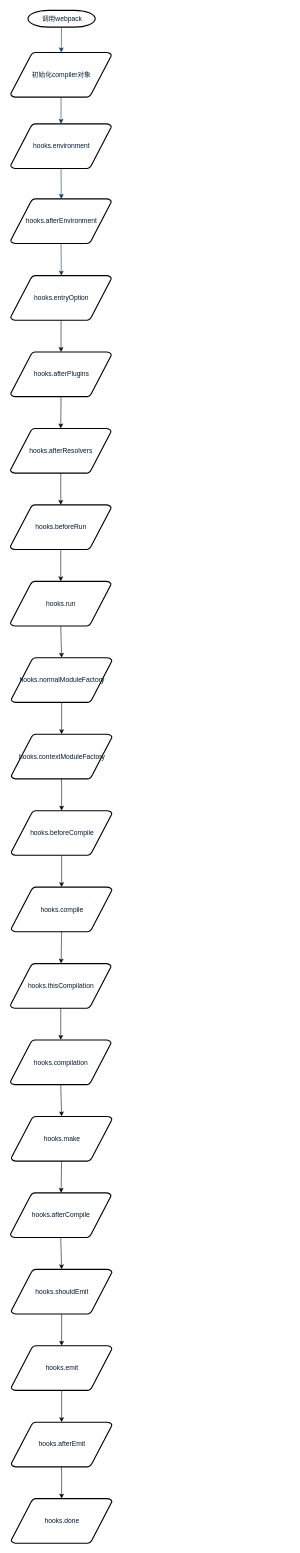
Before: webpack执行流程/webpack执行流程.drawio in nashaofu/webpack-principle, a draw.io diagram. Source tidied: cells renumbered, new cells numbered last; positions are measured from the earlier drawing's top-left corner, leaving out a move shared by most shapes. Both pictures are drawn from the tidied source at 56%, with x=0, y=0 at pixel (10, 10).
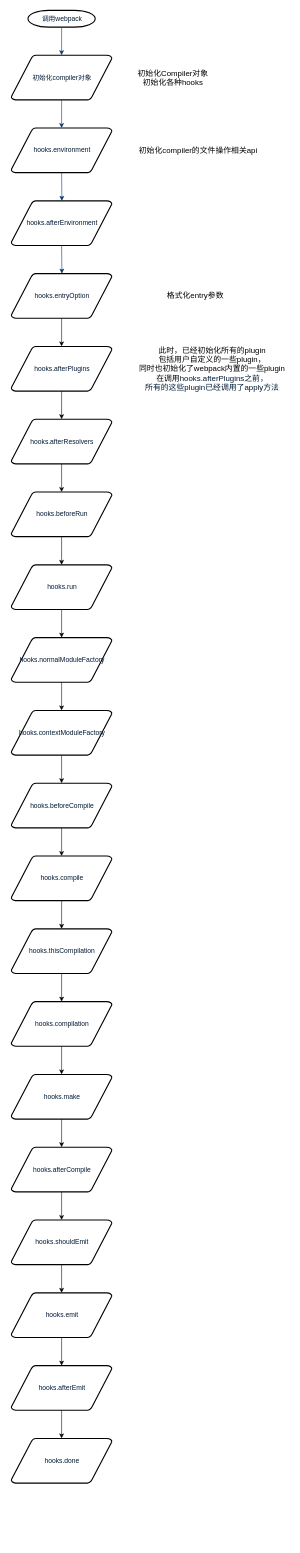
After the change.

The edit, as a diff of the source:
```diff
@@
     <mxCell id="3" value="初始化compiler对象" style="shape=mxgraph.flowchart.data;fillColor=#FFFFFF;strokeColor=#000000;strokeWidth=2;gradientColor=none;gradientDirection=north;fontColor=#001933;fontStyle=0;html=1;" parent="1" vertex="1">
-      <mxGeometry x="0.5" y="75" width="180" height="80" as="geometry" />
+      <mxGeometry x="1.5" y="80" width="180" height="80" as="geometry" />
     </mxCell>
     <mxCell id="4" value="hooks.afterEnvironment" style="shape=mxgraph.flowchart.data;fillColor=#FFFFFF;strokeColor=#000000;strokeWidth=2;gradientColor=none;gradientDirection=north;fontColor=#001933;fontStyle=0;html=1;" parent="1" vertex="1">
-      <mxGeometry x="0.5" y="336.5" width="180" height="80" as="geometry" />
+      <mxGeometry x="1.5" y="340" width="180" height="80" as="geometry" />
     </mxCell>
     <mxCell id="5" value="hooks.environment" style="shape=mxgraph.flowchart.data;fillColor=#FFFFFF;strokeColor=#000000;strokeWidth=2;gradientColor=none;gradientDirection=north;fontColor=#001933;fontStyle=0;html=1;" parent="1" vertex="1">
-      <mxGeometry x="0.5" y="202.5" width="180" height="80" as="geometry" />
+      <mxGeometry x="1.5" y="210" width="180" height="80" as="geometry" />
     </mxCell>
@@
     <mxCell id="10" value="hooks.entryOption" style="shape=mxgraph.flowchart.data;fillColor=#FFFFFF;strokeColor=#000000;strokeWidth=2;gradientColor=none;gradientDirection=north;fontColor=#001933;fontStyle=0;html=1;" parent="1" vertex="1">
-      <mxGeometry x="0.5" y="473.5" width="180" height="80" as="geometry" />
+      <mxGeometry x="1.5" y="470" width="180" height="80" as="geometry" />
     </mxCell>
     <mxCell id="11" value="hooks.afterPlugins" style="shape=mxgraph.flowchart.data;fillColor=#FFFFFF;strokeColor=#000000;strokeWidth=2;gradientColor=none;gradientDirection=north;fontColor=#001933;fontStyle=0;html=1;" parent="1" vertex="1">
-      <mxGeometry x="0.5" y="610" width="180" height="80" as="geometry" />
+      <mxGeometry x="1.5" y="600" width="180" height="80" as="geometry" />
     </mxCell>
     <mxCell id="12" value="hooks.afterResolvers" style="shape=mxgraph.flowchart.data;fillColor=#FFFFFF;strokeColor=#000000;strokeWidth=2;gradientColor=none;gradientDirection=north;fontColor=#001933;fontStyle=0;html=1;" parent="1" vertex="1">
-      <mxGeometry y="746.5" width="180" height="80" as="geometry" />
+      <mxGeometry x="1.5" y="730" width="180" height="80" as="geometry" />
     </mxCell>
@@
     <mxCell id="15" value="hooks.beforeRun" style="shape=mxgraph.flowchart.data;fillColor=#FFFFFF;strokeColor=#000000;strokeWidth=2;gradientColor=none;gradientDirection=north;fontColor=#001933;fontStyle=0;html=1;" parent="1" vertex="1">
-      <mxGeometry y="883" width="180" height="80" as="geometry" />
+      <mxGeometry x="1.5" y="860" width="180" height="80" as="geometry" />
     </mxCell>
@@
     <mxCell id="17" value="hooks.run" style="shape=mxgraph.flowchart.data;fillColor=#FFFFFF;strokeColor=#000000;strokeWidth=2;gradientColor=none;gradientDirection=north;fontColor=#001933;fontStyle=0;html=1;" parent="1" vertex="1">
-      <mxGeometry y="1019.5" width="180" height="80" as="geometry" />
+      <mxGeometry x="1.5" y="990" width="180" height="80" as="geometry" />
     </mxCell>
@@
     <mxCell id="19" value="hooks.normalModuleFactory" style="shape=mxgraph.flowchart.data;fillColor=#FFFFFF;strokeColor=#000000;strokeWidth=2;gradientColor=none;gradientDirection=north;fontColor=#001933;fontStyle=0;html=1;" parent="1" vertex="1">
-      <mxGeometry x="1.5" y="1156" width="180" height="80" as="geometry" />
+      <mxGeometry x="1.5" y="1120" width="180" height="80" as="geometry" />
     </mxCell>
@@
     <mxCell id="21" value="hooks.contextModuleFactory" style="shape=mxgraph.flowchart.data;fillColor=#FFFFFF;strokeColor=#000000;strokeWidth=2;gradientColor=none;gradientDirection=north;fontColor=#001933;fontStyle=0;html=1;" parent="1" vertex="1">
-      <mxGeometry x="1.5" y="1292.5" width="180" height="80" as="geometry" />
+      <mxGeometry x="1.5" y="1250" width="180" height="80" as="geometry" />
     </mxCell>
@@
     <mxCell id="23" value="hooks.beforeCompile" style="shape=mxgraph.flowchart.data;fillColor=#FFFFFF;strokeColor=#000000;strokeWidth=2;gradientColor=none;gradientDirection=north;fontColor=#001933;fontStyle=0;html=1;" parent="1" vertex="1">
-      <mxGeometry x="1.5" y="1429" width="180" height="80" as="geometry" />
+      <mxGeometry x="1.5" y="1380" width="180" height="80" as="geometry" />
     </mxCell>
@@
     <mxCell id="25" value="hooks.compile" style="shape=mxgraph.flowchart.data;fillColor=#FFFFFF;strokeColor=#000000;strokeWidth=2;gradientColor=none;gradientDirection=north;fontColor=#001933;fontStyle=0;html=1;" parent="1" vertex="1">
-      <mxGeometry x="1.5" y="1565.5" width="180" height="80" as="geometry" />
+      <mxGeometry x="1.5" y="1510" width="180" height="80" as="geometry" />
     </mxCell>
@@
     <mxCell id="27" value="hooks.thisCompilation" style="shape=mxgraph.flowchart.data;fillColor=#FFFFFF;strokeColor=#000000;strokeWidth=2;gradientColor=none;gradientDirection=north;fontColor=#001933;fontStyle=0;html=1;" parent="1" vertex="1">
-      <mxGeometry y="1702" width="180" height="80" as="geometry" />
+      <mxGeometry x="1.5" y="1640" width="180" height="80" as="geometry" />
     </mxCell>
@@
     <mxCell id="29" value="hooks.compilation" style="shape=mxgraph.flowchart.data;fillColor=#FFFFFF;strokeColor=#000000;strokeWidth=2;gradientColor=none;gradientDirection=north;fontColor=#001933;fontStyle=0;html=1;" parent="1" vertex="1">
-      <mxGeometry y="1838.5" width="180" height="80" as="geometry" />
+      <mxGeometry x="1.5" y="1770" width="180" height="80" as="geometry" />
     </mxCell>
@@
     <mxCell id="31" value="hooks.make" style="shape=mxgraph.flowchart.data;fillColor=#FFFFFF;strokeColor=#000000;strokeWidth=2;gradientColor=none;gradientDirection=north;fontColor=#001933;fontStyle=0;html=1;" parent="1" vertex="1">
-      <mxGeometry x="1.5" y="1975" width="180" height="80" as="geometry" />
+      <mxGeometry x="1.5" y="1900" width="180" height="80" as="geometry" />
     </mxCell>
@@
     <mxCell id="33" value="hooks.afterCompile" style="shape=mxgraph.flowchart.data;fillColor=#FFFFFF;strokeColor=#000000;strokeWidth=2;gradientColor=none;gradientDirection=north;fontColor=#001933;fontStyle=0;html=1;" parent="1" vertex="1">
-      <mxGeometry y="2111.5" width="180" height="80" as="geometry" />
+      <mxGeometry x="1.5" y="2030" width="180" height="80" as="geometry" />
     </mxCell>
@@
     <mxCell id="35" value="hooks.shouldEmit" style="shape=mxgraph.flowchart.data;fillColor=#FFFFFF;strokeColor=#000000;strokeWidth=2;gradientColor=none;gradientDirection=north;fontColor=#001933;fontStyle=0;html=1;" parent="1" vertex="1">
-      <mxGeometry x="1.5" y="2248" width="180" height="80" as="geometry" />
+      <mxGeometry x="1.5" y="2160" width="180" height="80" as="geometry" />
     </mxCell>
@@
     <mxCell id="37" value="hooks.emit" style="shape=mxgraph.flowchart.data;fillColor=#FFFFFF;strokeColor=#000000;strokeWidth=2;gradientColor=none;gradientDirection=north;fontColor=#001933;fontStyle=0;html=1;" parent="1" vertex="1">
-      <mxGeometry x="1.5" y="2384.5" width="180" height="80" as="geometry" />
+      <mxGeometry x="1.5" y="2290" width="180" height="80" as="geometry" />
     </mxCell>
@@
     <mxCell id="39" value="hooks.afterEmit" style="shape=mxgraph.flowchart.data;fillColor=#FFFFFF;strokeColor=#000000;strokeWidth=2;gradientColor=none;gradientDirection=north;fontColor=#001933;fontStyle=0;html=1;" parent="1" vertex="1">
-      <mxGeometry x="1.5" y="2521" width="180" height="80" as="geometry" />
+      <mxGeometry x="1.5" y="2420" width="180" height="80" as="geometry" />
     </mxCell>
     <mxCell id="40" value="hooks.done" style="shape=mxgraph.flowchart.data;fillColor=#FFFFFF;strokeColor=#000000;strokeWidth=2;gradientColor=none;gradientDirection=north;fontColor=#001933;fontStyle=0;html=1;" parent="1" vertex="1">
-      <mxGeometry x="1.5" y="2657.5" width="180" height="80" as="geometry" />
+      <mxGeometry x="1.5" y="2550" width="180" height="80" as="geometry" />
     </mxCell>
@@
+    <mxCell id="43" value="&lt;font style=&quot;font-size: 14px&quot;&gt;初始化Compiler对象&lt;br&gt;初始化各种hooks&lt;br&gt;&lt;/font&gt;" style="text;html=1;align=center;verticalAlign=middle;fillColor=none;strokeColor=none;rounded=0;" parent="1" vertex="1">
+      <mxGeometry x="220" y="99.8" width="140" height="40" as="geometry" />
+    </mxCell>
+    <mxCell id="44" value="&lt;font style=&quot;font-size: 14px&quot;&gt;初始化compiler的文件操作相关api&lt;br&gt;&lt;/font&gt;" style="text;html=1;align=center;verticalAlign=middle;fillColor=none;strokeColor=none;rounded=0;" parent="1" vertex="1">
+      <mxGeometry x="220" y="239.8" width="230" height="20" as="geometry" />
+    </mxCell>
+    <mxCell id="45" value="&lt;font style=&quot;font-size: 14px&quot;&gt;格式化entry参数&lt;br&gt;&lt;/font&gt;" style="text;html=1;align=center;verticalAlign=middle;fillColor=none;strokeColor=none;rounded=0;" parent="1" vertex="1">
+      <mxGeometry x="270" y="499.8" width="120" height="20" as="geometry" />
+    </mxCell>
+    <mxCell id="46" value="&lt;font style=&quot;font-size: 14px&quot;&gt;此时，已经初始化所有的plugin&lt;br&gt;包括用户自定义的一些plugin，&lt;br&gt;同时也初始化了webpack内置的一些plugin&lt;br&gt;在调用&lt;span style=&quot;color: rgb(0 , 25 , 51)&quot;&gt;hooks.afterPlugins之前，&lt;br&gt;所有的这些plugin已经调用了apply方法&lt;/span&gt;&lt;br&gt;&lt;/font&gt;" style="text;html=1;align=center;verticalAlign=middle;fillColor=none;strokeColor=none;rounded=0;" parent="1" vertex="1">
+      <mxGeometry x="220" y="599.8" width="280" height="80" as="geometry" />
+    </mxCell>
```
